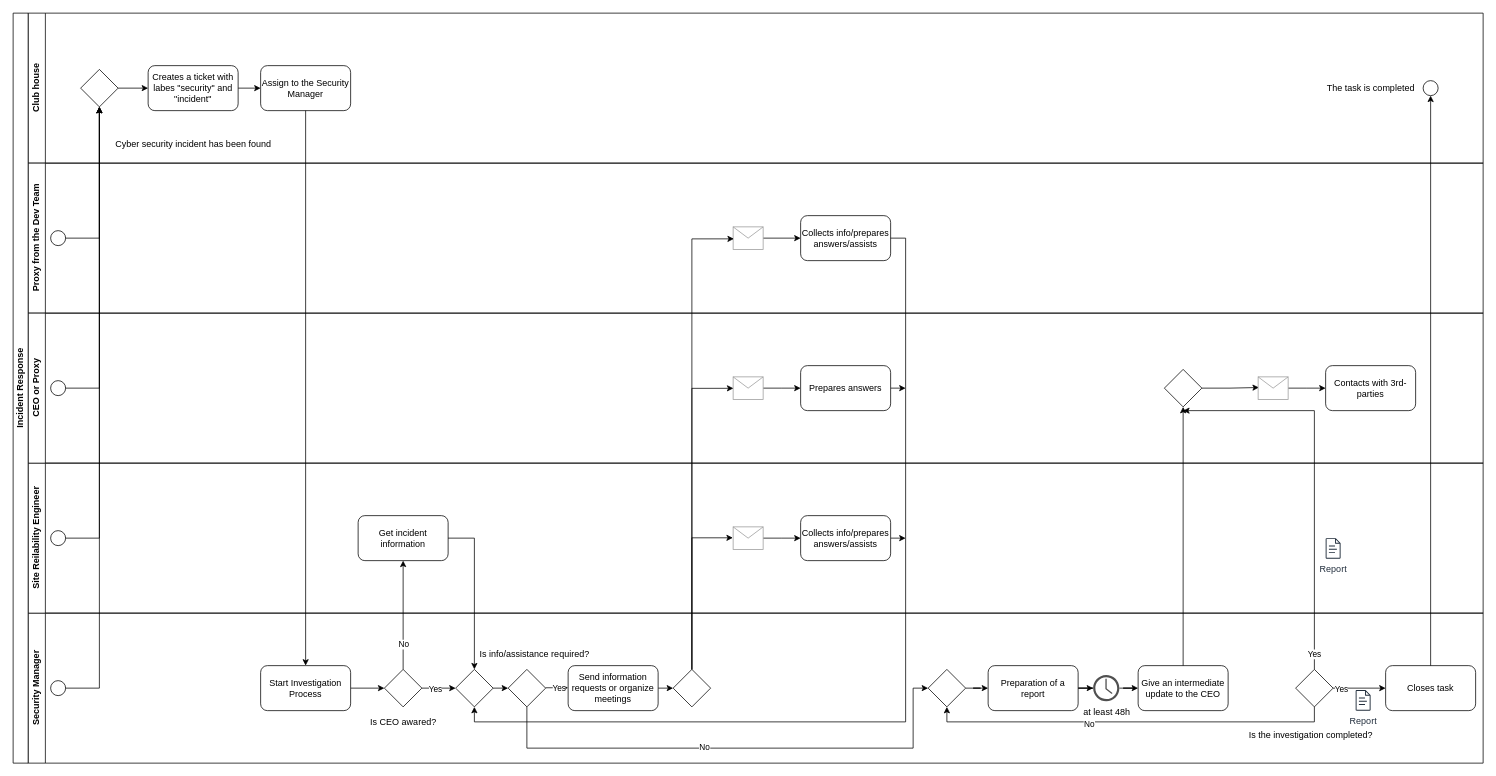
Above: Incident response process.drawio in mr4ndr3w/draw.io (draw.io), before the change. Source tidied: cells renumbered, new cells numbered last; positions are measured from the earlier drawing's top-left corner, leaving out a move shared by most shapes. Both pictures are drawn from the tidied source at 75%, with x=0, y=0 at pixel (13, 13).
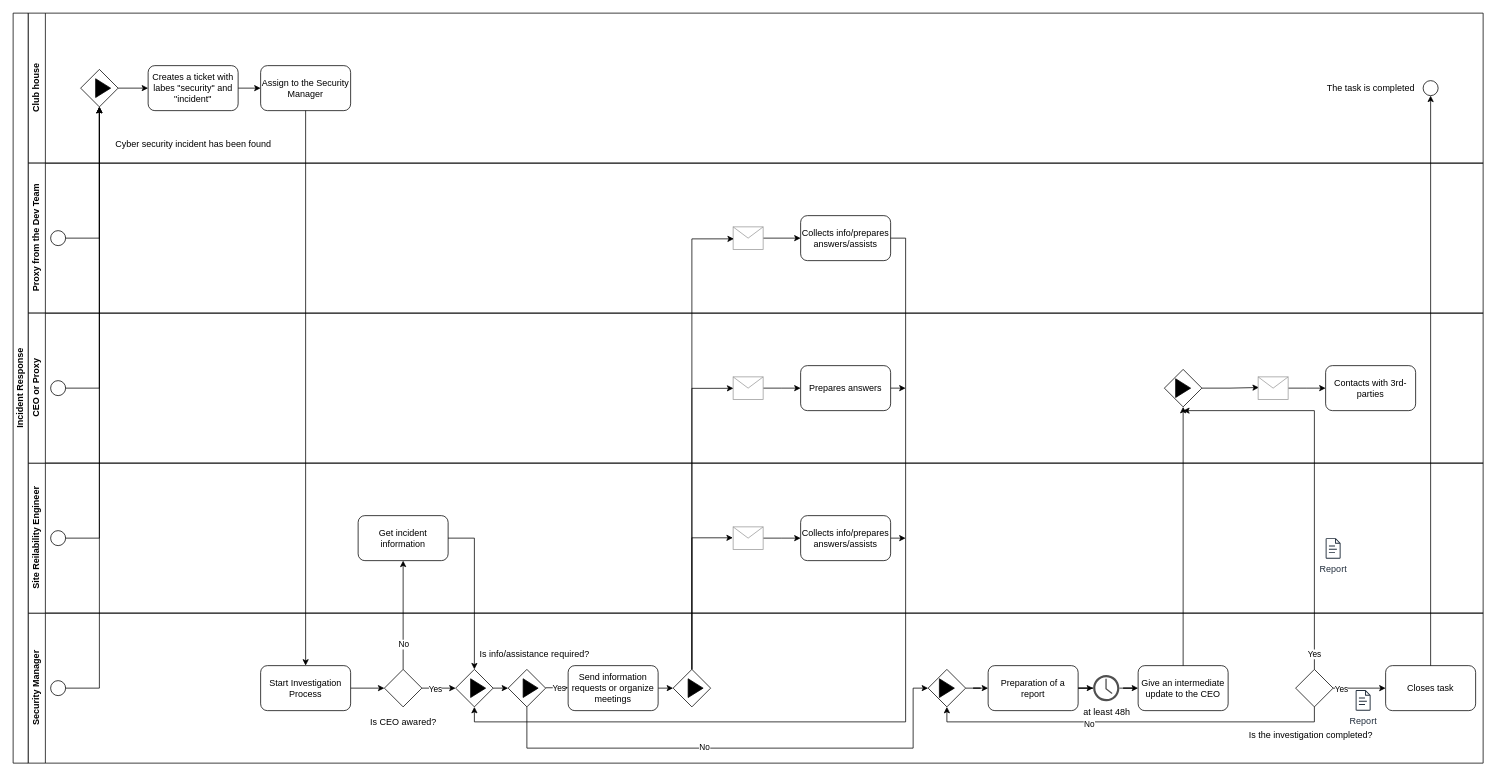
Above is the later version.

The change refers to these unchanged cells:
```xml
<mxCell id="2" value="Club house" style="swimlane;horizontal=0;whiteSpace=wrap;html=1;" parent="1" vertex="1">
  <mxGeometry x="20" width="1940" height="200" as="geometry" />
</mxCell>
<mxCell id="16" value="Security Manager" style="swimlane;horizontal=0;whiteSpace=wrap;html=1;" parent="1" vertex="1">
  <mxGeometry x="20" y="800" width="1940" height="200" as="geometry" />
</mxCell>
<mxCell id="59" value="CEO or Proxy" style="swimlane;horizontal=0;whiteSpace=wrap;html=1;" parent="1" vertex="1">
  <mxGeometry x="20" y="400" width="1940" height="200" as="geometry" />
</mxCell>
```

Change to the diagram source:
```diff
@@
+    <mxCell id="86" style="triangle;whiteSpace=wrap;html=1;fillColor=#000000;" parent="2" vertex="1">
+      <mxGeometry x="90" y="87.5" width="20" height="25" as="geometry" />
+    </mxCell>
@@
+    <mxCell id="87" style="triangle;whiteSpace=wrap;html=1;fillColor=#000000;" parent="16" vertex="1">
+      <mxGeometry x="590" y="87.5" width="20" height="25" as="geometry" />
+    </mxCell>
+    <mxCell id="88" style="triangle;whiteSpace=wrap;html=1;fillColor=#000000;" parent="16" vertex="1">
+      <mxGeometry x="660" y="87.5" width="20" height="25" as="geometry" />
+    </mxCell>
+    <mxCell id="89" style="triangle;whiteSpace=wrap;html=1;fillColor=#000000;" parent="16" vertex="1">
+      <mxGeometry x="880" y="87.5" width="20" height="25" as="geometry" />
+    </mxCell>
+    <mxCell id="90" style="triangle;whiteSpace=wrap;html=1;fillColor=#000000;" parent="16" vertex="1">
+      <mxGeometry x="1215" y="87.5" width="20" height="25" as="geometry" />
+    </mxCell>
@@
+    <mxCell id="91" style="triangle;whiteSpace=wrap;html=1;fillColor=#000000;" parent="59" vertex="1">
+      <mxGeometry x="1530" y="87.5" width="20" height="25" as="geometry" />
+    </mxCell>
```
